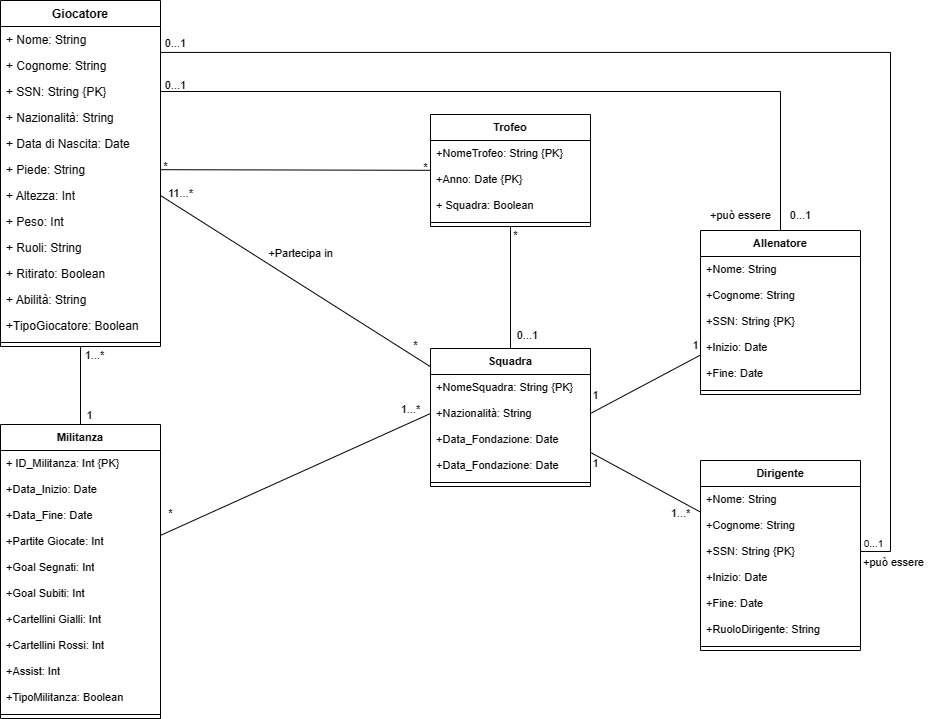
Above: UML Ristrutturato/UML ristrutturato.png in Kirby191/Progetto-BD-OO (draw.io), before the change. Source tidied: cells renumbered, new cells last; positions are measured from the earlier drawing's top-left corner, leaving out a move shared by most shapes.
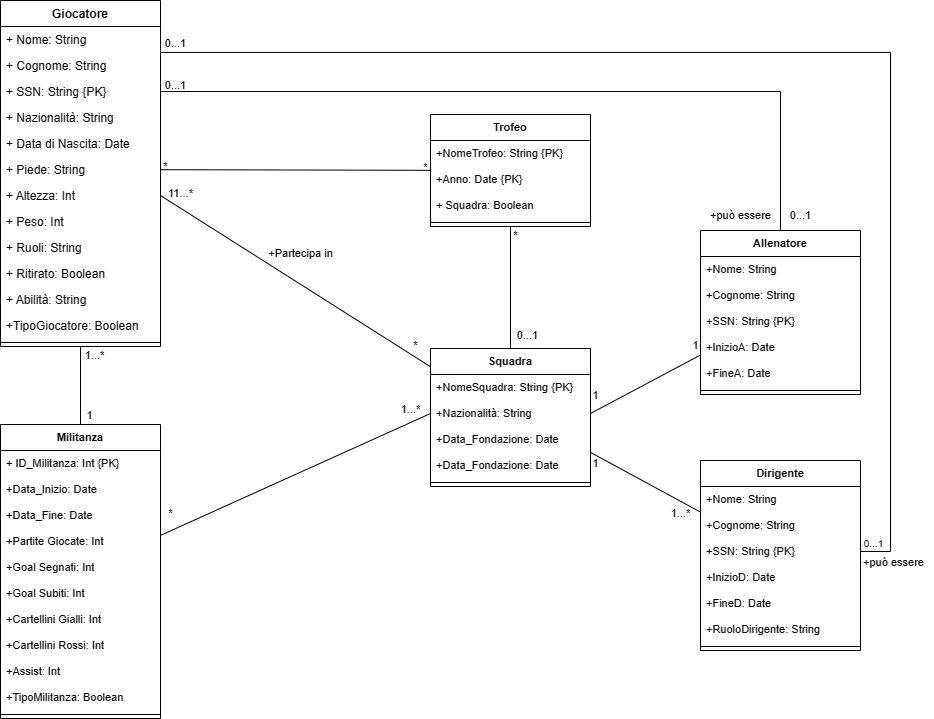
Later version of the same file.

Commit message:
Correzione UML

The edit, as a diff of the source:
```diff
@@ -173,10 +173,10 @@
     <mxCell id="58" value="+SSN: String {PK}" style="text;strokeColor=none;fillColor=none;align=left;verticalAlign=top;spacingLeft=4;spacingRight=4;overflow=hidden;whiteSpace=wrap;html=1;fontSize=11;fontFamily=Helvetica;fontColor=default;" parent="55" vertex="1">
       <mxGeometry y="78" width="160" height="26" as="geometry" />
     </mxCell>
-    <mxCell id="59" value="+Inizio: Date" style="text;strokeColor=none;fillColor=none;align=left;verticalAlign=top;spacingLeft=4;spacingRight=4;overflow=hidden;whiteSpace=wrap;html=1;fontSize=11;fontFamily=Helvetica;fontColor=default;" parent="55" vertex="1">
+    <mxCell id="59" value="+InizioA: Date" style="text;strokeColor=none;fillColor=none;align=left;verticalAlign=top;spacingLeft=4;spacingRight=4;overflow=hidden;whiteSpace=wrap;html=1;fontSize=11;fontFamily=Helvetica;fontColor=default;" parent="55" vertex="1">
       <mxGeometry y="104" width="160" height="26" as="geometry" />
     </mxCell>
-    <mxCell id="60" value="+Fine: Date" style="text;strokeColor=none;fillColor=none;align=left;verticalAlign=top;spacingLeft=4;spacingRight=4;overflow=hidden;whiteSpace=wrap;html=1;fontSize=11;fontFamily=Helvetica;fontColor=default;" parent="55" vertex="1">
+    <mxCell id="60" value="+FineA: Date" style="text;strokeColor=none;fillColor=none;align=left;verticalAlign=top;spacingLeft=4;spacingRight=4;overflow=hidden;whiteSpace=wrap;html=1;fontSize=11;fontFamily=Helvetica;fontColor=default;" parent="55" vertex="1">
       <mxGeometry y="130" width="160" height="26" as="geometry" />
     </mxCell>
     <mxCell id="61" style="line;strokeWidth=1;fillColor=none;align=left;verticalAlign=middle;spacingTop=-1;spacingLeft=3;spacingRight=3;labelPosition=right;strokeColor=inherit;fontFamily=Helvetica;fontSize=11;fontColor=default;" parent="55" vertex="1">
@@ -197,10 +197,10 @@
     <mxCell id="66" value="+SSN: String {PK}" style="text;strokeColor=none;fillColor=none;align=left;verticalAlign=top;spacingLeft=4;spacingRight=4;overflow=hidden;points=[[0,0.5],[1,0.5]];portConstraint=eastwest;whiteSpace=wrap;html=1;fontSize=11;fontFamily=Helvetica;fontColor=default;" parent="63" vertex="1">
       <mxGeometry y="78" width="160" height="26" as="geometry" />
     </mxCell>
-    <mxCell id="67" value="+Inizio: Date" style="text;strokeColor=none;fillColor=none;align=left;verticalAlign=top;spacingLeft=4;spacingRight=4;overflow=hidden;whiteSpace=wrap;html=1;fontSize=11;fontFamily=Helvetica;fontColor=default;" parent="63" vertex="1">
+    <mxCell id="67" value="+InizioD: Date" style="text;strokeColor=none;fillColor=none;align=left;verticalAlign=top;spacingLeft=4;spacingRight=4;overflow=hidden;whiteSpace=wrap;html=1;fontSize=11;fontFamily=Helvetica;fontColor=default;" parent="63" vertex="1">
       <mxGeometry y="104" width="160" height="26" as="geometry" />
     </mxCell>
-    <mxCell id="68" value="+Fine: Date" style="text;strokeColor=none;fillColor=none;align=left;verticalAlign=top;spacingLeft=4;spacingRight=4;overflow=hidden;whiteSpace=wrap;html=1;fontSize=11;fontFamily=Helvetica;fontColor=default;" parent="63" vertex="1">
+    <mxCell id="68" value="+FineD: Date" style="text;strokeColor=none;fillColor=none;align=left;verticalAlign=top;spacingLeft=4;spacingRight=4;overflow=hidden;whiteSpace=wrap;html=1;fontSize=11;fontFamily=Helvetica;fontColor=default;" parent="63" vertex="1">
       <mxGeometry y="130" width="160" height="26" as="geometry" />
     </mxCell>
     <mxCell id="69" value="+RuoloDirigente: String" style="text;strokeColor=none;fillColor=none;align=left;verticalAlign=top;spacingLeft=4;spacingRight=4;overflow=hidden;whiteSpace=wrap;html=1;fontSize=11;fontFamily=Helvetica;fontColor=default;" parent="63" vertex="1">
```
